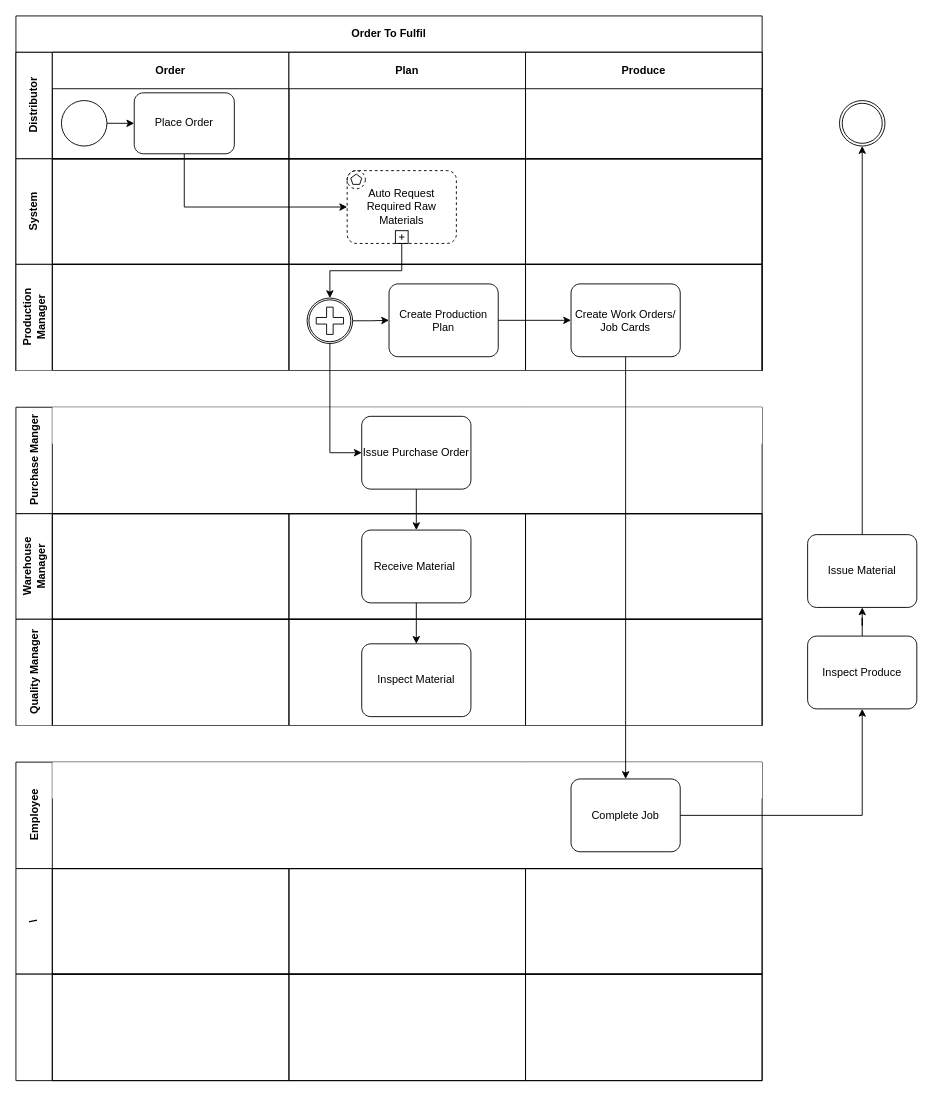
This is o2c.drawio from lmnaslimited/village, a draw.io file, before an edit. Source tidied: cells renumbered, new cells numbered last; positions are measured from the earlier drawing's top-left corner, leaving out a move shared by most shapes. Both pictures are drawn from the tidied source at 91%, with x=0, y=0 at pixel (15, 15).
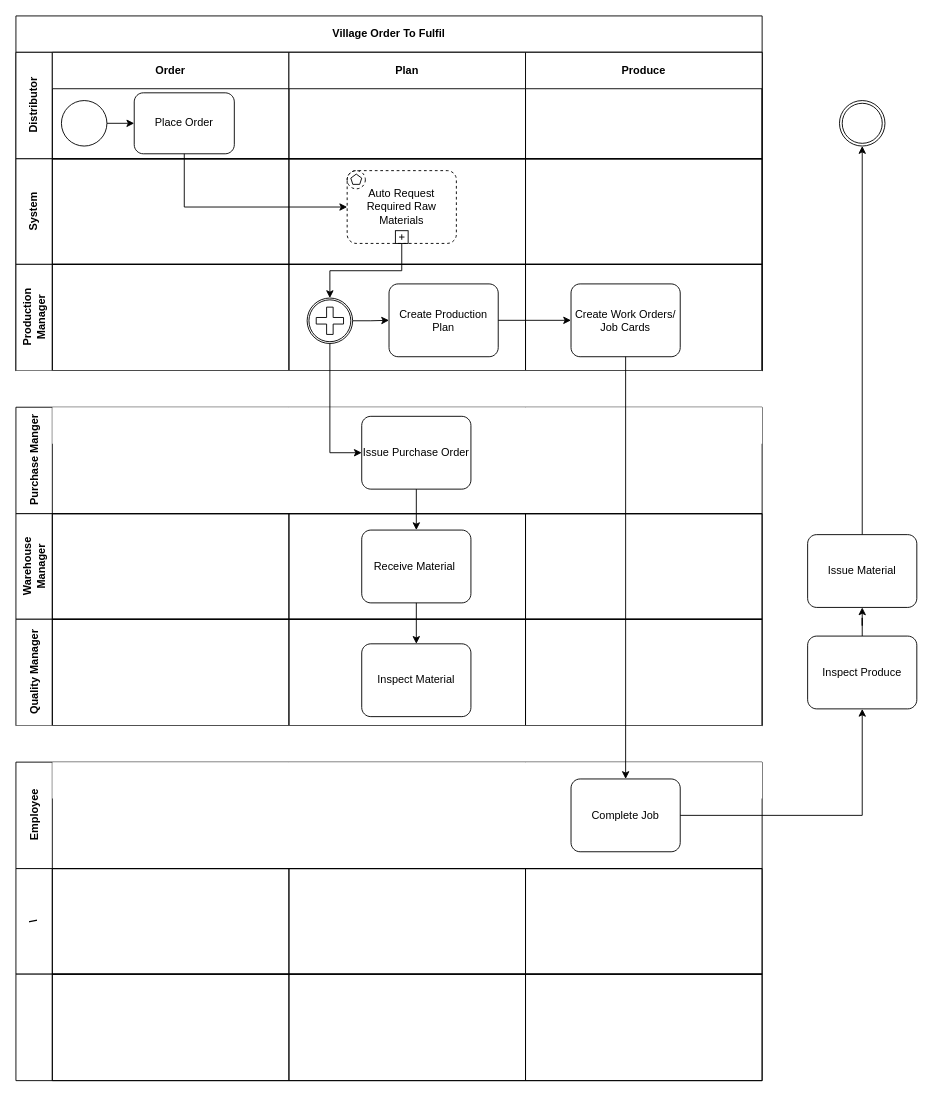
The same diagram, later.

The edit, as a diff of the source:
```diff
@@
-    <mxCell id="2" value="Order To Fulfil" style="shape=table;childLayout=tableLayout;rowLines=0;columnLines=0;startSize=40;html=1;whiteSpace=wrap;fontStyle=1;align=center;" parent="1" vertex="1">
+    <mxCell id="2" value="Village Order To Fulfil" style="shape=table;childLayout=tableLayout;rowLines=0;columnLines=0;startSize=40;html=1;whiteSpace=wrap;fontStyle=1;align=center;" parent="1" vertex="1">
       <mxGeometry width="820" height="390" as="geometry" />
     </mxCell>
```
